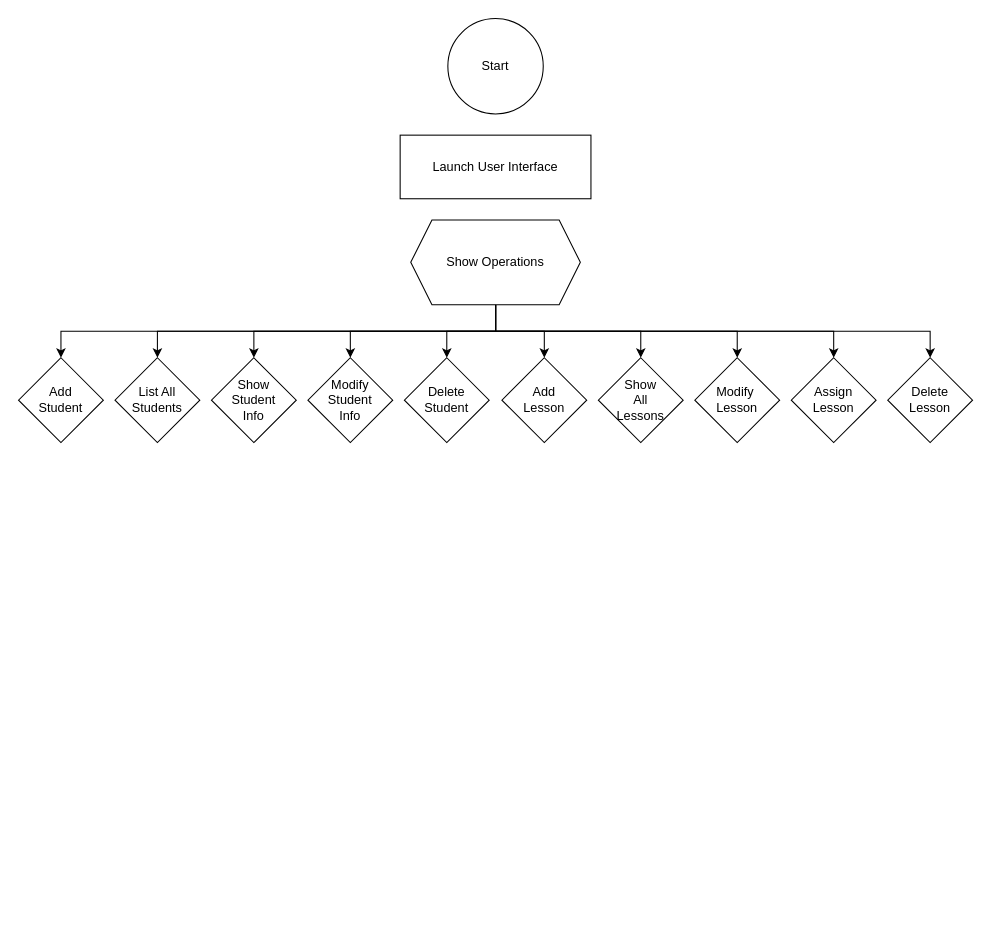
Earlier version of the draw.io diagram Untitled Diagram.drawio (M-Itair/ShareWithHsoub-FinalProject). Source tidied: cells renumbered, new cells numbered last; positions are measured from the earlier drawing's top-left corner, leaving out a move shared by most shapes. Both pictures are drawn from the tidied source at 106%, with x=0, y=0 at pixel (18, 18).
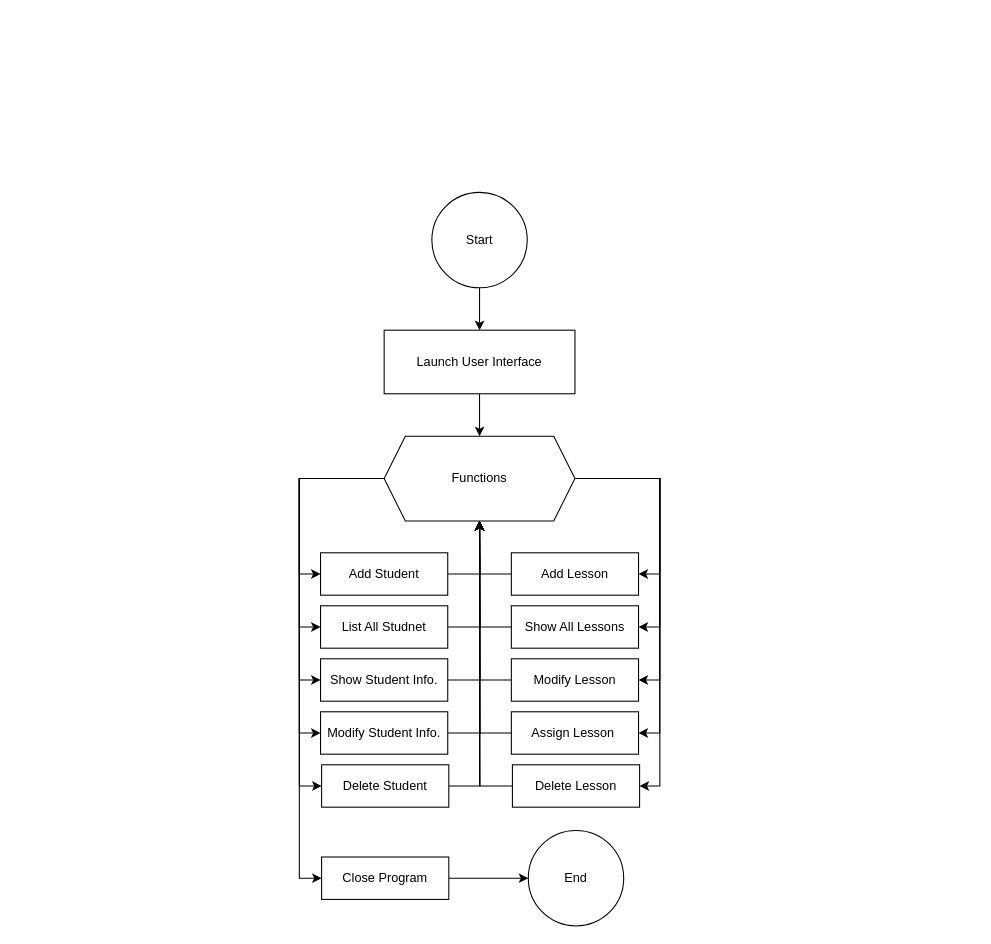
After the change.

Change to the diagram source:
```diff
@@
+    <mxCell id="25" style="edgeStyle=orthogonalEdgeStyle;rounded=0;jettySize=auto;html=1;exitX=0.5;exitY=1;exitDx=0;exitDy=0;entryX=0.5;entryY=0;entryDx=0;entryDy=0;" parent="1" edge="1" source="2" target="3">
+      <mxGeometry relative="1" as="geometry" />
+    </mxCell>
     <mxCell id="2" value="Start" style="ellipse;whiteSpace=wrap;html=1;" parent="1" vertex="1">
-      <mxGeometry x="405" width="90" height="90" as="geometry" />
+      <mxGeometry x="389.9" y="164" width="90" height="90" as="geometry" />
     </mxCell>
+    <mxCell id="26" style="edgeStyle=orthogonalEdgeStyle;rounded=0;jettySize=auto;html=1;exitX=0.5;exitY=1;exitDx=0;exitDy=0;entryX=0.5;entryY=0;entryDx=0;entryDy=0;" parent="1" edge="1" source="3" target="14">
+      <mxGeometry relative="1" as="geometry" />
+    </mxCell>
     <mxCell id="3" value="Launch User Interface" style="rounded=0;whiteSpace=wrap;html=1;" parent="1" vertex="1">
-      <mxGeometry x="360" y="110" width="180" height="60" as="geometry" />
+      <mxGeometry x="344.9" y="294" width="180" height="60" as="geometry" />
     </mxCell>
-    <mxCell id="4" style="edgeStyle=orthogonalEdgeStyle;rounded=0;jettySize=auto;html=1;exitX=0.5;exitY=1;exitDx=0;exitDy=0;" parent="1" edge="1" source="14" target="23">
+    <mxCell id="4" style="edgeStyle=orthogonalEdgeStyle;rounded=0;jettySize=auto;html=1;exitX=0;exitY=0.5;exitDx=0;exitDy=0;entryX=0;entryY=0.5;entryDx=0;entryDy=0;" parent="1" edge="1" source="14" target="23">
       <mxGeometry relative="1" as="geometry" />
     </mxCell>
-    <mxCell id="5" style="edgeStyle=orthogonalEdgeStyle;rounded=0;jettySize=auto;html=1;exitX=0.5;exitY=1;exitDx=0;exitDy=0;" parent="1" edge="1" source="14" target="15">
-      <mxGeometry relative="1" as="geometry" />
-    </mxCell>
-    <mxCell id="6" style="edgeStyle=orthogonalEdgeStyle;rounded=0;jettySize=auto;html=1;exitX=0.5;exitY=1;exitDx=0;exitDy=0;" parent="1" edge="1" source="14" target="16">
-      <mxGeometry relative="1" as="geometry" />
-    </mxCell>
-    <mxCell id="7" style="edgeStyle=orthogonalEdgeStyle;rounded=0;jettySize=auto;html=1;exitX=0.5;exitY=1;exitDx=0;exitDy=0;entryX=0.5;entryY=0;entryDx=0;entryDy=0;" parent="1" edge="1" source="14" target="17">
-      <mxGeometry relative="1" as="geometry" />
-    </mxCell>
+    <mxCell id="27" style="edgeStyle=orthogonalEdgeStyle;rounded=0;jettySize=auto;html=1;exitX=0;exitY=0.5;exitDx=0;exitDy=0;entryX=0;entryY=0.5;entryDx=0;entryDy=0;" parent="1" edge="1" source="14" target="33">
+      <mxGeometry relative="1" as="geometry" />
+    </mxCell>
+    <mxCell id="28" style="edgeStyle=orthogonalEdgeStyle;rounded=0;jettySize=auto;html=1;exitX=0;exitY=0.5;exitDx=0;exitDy=0;entryX=0;entryY=0.5;entryDx=0;entryDy=0;" parent="1" edge="1" source="14" target="35">
+      <mxGeometry relative="1" as="geometry" />
+    </mxCell>
+    <mxCell id="29" style="edgeStyle=orthogonalEdgeStyle;rounded=0;jettySize=auto;html=1;exitX=0;exitY=0.5;exitDx=0;exitDy=0;entryX=0;entryY=0.5;entryDx=0;entryDy=0;" parent="1" edge="1" source="14" target="37">
+      <mxGeometry relative="1" as="geometry" />
+    </mxCell>
-    <mxCell id="8" style="edgeStyle=orthogonalEdgeStyle;rounded=0;jettySize=auto;html=1;exitX=0.5;exitY=1;exitDx=0;exitDy=0;entryX=0.5;entryY=0;entryDx=0;entryDy=0;" parent="1" edge="1" source="14" target="18">
-      <mxGeometry relative="1" as="geometry" />
+    <mxCell id="8" style="edgeStyle=orthogonalEdgeStyle;rounded=0;jettySize=auto;html=1;exitX=0;exitY=0.5;exitDx=0;exitDy=0;entryX=0;entryY=0.5;entryDx=0;entryDy=0;" parent="1" edge="1" source="14" target="18">
+      <mxGeometry relative="1" as="geometry">
+        <Array as="points">
+          <mxPoint x="264.9" y="434" />
+          <mxPoint x="264.9" y="724" />
+        </Array>
+      </mxGeometry>
     </mxCell>
-    <mxCell id="9" style="edgeStyle=orthogonalEdgeStyle;rounded=0;jettySize=auto;html=1;exitX=0.5;exitY=1;exitDx=0;exitDy=0;entryX=0.5;entryY=0;entryDx=0;entryDy=0;" parent="1" edge="1" source="14" target="19">
+    <mxCell id="9" style="edgeStyle=orthogonalEdgeStyle;rounded=0;jettySize=auto;html=1;exitX=1;exitY=0.5;exitDx=0;exitDy=0;entryX=1;entryY=0.5;entryDx=0;entryDy=0;" parent="1" edge="1" source="14" target="19">
       <mxGeometry relative="1" as="geometry" />
     </mxCell>
-    <mxCell id="10" style="edgeStyle=orthogonalEdgeStyle;rounded=0;jettySize=auto;html=1;exitX=0.5;exitY=1;exitDx=0;exitDy=0;entryX=0.5;entryY=0;entryDx=0;entryDy=0;" parent="1" edge="1" source="14" target="20">
+    <mxCell id="10" style="edgeStyle=orthogonalEdgeStyle;rounded=0;jettySize=auto;html=1;exitX=1;exitY=0.5;exitDx=0;exitDy=0;entryX=1;entryY=0.5;entryDx=0;entryDy=0;" parent="1" edge="1" source="14" target="20">
       <mxGeometry relative="1" as="geometry" />
     </mxCell>
-    <mxCell id="11" style="edgeStyle=orthogonalEdgeStyle;rounded=0;jettySize=auto;html=1;exitX=0.5;exitY=1;exitDx=0;exitDy=0;entryX=0.5;entryY=0;entryDx=0;entryDy=0;" parent="1" edge="1" source="14" target="21">
+    <mxCell id="11" style="edgeStyle=orthogonalEdgeStyle;rounded=0;jettySize=auto;html=1;exitX=1;exitY=0.5;exitDx=0;exitDy=0;entryX=1;entryY=0.5;entryDx=0;entryDy=0;" parent="1" edge="1" source="14" target="21">
       <mxGeometry relative="1" as="geometry" />
     </mxCell>
-    <mxCell id="12" style="edgeStyle=orthogonalEdgeStyle;rounded=0;jettySize=auto;html=1;exitX=0.5;exitY=1;exitDx=0;exitDy=0;" parent="1" edge="1" source="14" target="24">
+    <mxCell id="12" style="edgeStyle=orthogonalEdgeStyle;rounded=0;jettySize=auto;html=1;exitX=1;exitY=0.5;exitDx=0;exitDy=0;entryX=1;entryY=0.5;entryDx=0;entryDy=0;" parent="1" edge="1" source="14" target="24">
       <mxGeometry relative="1" as="geometry" />
     </mxCell>
-    <mxCell id="13" style="edgeStyle=orthogonalEdgeStyle;rounded=0;jettySize=auto;html=1;exitX=0.5;exitY=1;exitDx=0;exitDy=0;" parent="1" edge="1" source="14" target="22">
-      <mxGeometry relative="1" as="geometry" />
+    <mxCell id="13" style="edgeStyle=orthogonalEdgeStyle;rounded=0;jettySize=auto;html=1;exitX=1;exitY=0.5;exitDx=0;exitDy=0;entryX=1;entryY=0.5;entryDx=0;entryDy=0;" parent="1" edge="1" source="14" target="22">
+      <mxGeometry relative="1" as="geometry">
+        <Array as="points">
+          <mxPoint x="605" y="434" />
+          <mxPoint x="605" y="724" />
+        </Array>
+      </mxGeometry>
     </mxCell>
+    <mxCell id="30" style="edgeStyle=orthogonalEdgeStyle;rounded=0;jettySize=auto;html=1;exitX=0;exitY=0.5;exitDx=0;exitDy=0;entryX=0;entryY=0.5;entryDx=0;entryDy=0;" parent="1" edge="1" source="14" target="45">
+      <mxGeometry relative="1" as="geometry">
+        <Array as="points">
+          <mxPoint x="264.9" y="434" />
+          <mxPoint x="264.9" y="811" />
+        </Array>
+      </mxGeometry>
+    </mxCell>
-    <mxCell id="14" value="Show Operations" style="shape=hexagon;perimeter=hexagonPerimeter2;whiteSpace=wrap;html=1;fixedSize=1;" parent="1" vertex="1">
-      <mxGeometry x="370" y="190" width="160" height="80" as="geometry" />
+    <mxCell id="14" value="Functions" style="shape=hexagon;perimeter=hexagonPerimeter2;whiteSpace=wrap;html=1;fixedSize=1;" parent="1" vertex="1">
+      <mxGeometry x="344.9" y="394" width="180" height="80" as="geometry" />
     </mxCell>
-    <mxCell id="15" value="List All&lt;div&gt;Students&lt;/div&gt;" style="rhombus;whiteSpace=wrap;html=1;" parent="1" vertex="1">
-      <mxGeometry x="91" y="320" width="80" height="80" as="geometry" />
-    </mxCell>
-    <mxCell id="16" value="Show&lt;div&gt;Student&lt;/div&gt;&lt;div&gt;Info&lt;/div&gt;" style="rhombus;whiteSpace=wrap;html=1;" parent="1" vertex="1">
-      <mxGeometry x="182" y="320" width="80" height="80" as="geometry" />
-    </mxCell>
-    <mxCell id="17" value="Modify&lt;div&gt;Student&lt;/div&gt;&lt;div&gt;Info&lt;/div&gt;" style="rhombus;whiteSpace=wrap;html=1;" parent="1" vertex="1">
-      <mxGeometry x="273" y="320" width="80" height="80" as="geometry" />
-    </mxCell>
+    <mxCell id="31" style="edgeStyle=orthogonalEdgeStyle;rounded=0;jettySize=auto;html=1;exitX=1;exitY=0.5;exitDx=0;exitDy=0;" parent="1" edge="1" source="23">
+      <mxGeometry relative="1" as="geometry">
+        <mxPoint x="434.9" y="474" as="targetPoint" />
+      </mxGeometry>
+    </mxCell>
+    <mxCell id="23" value="Add Student" style="rounded=0;whiteSpace=wrap;html=1;" parent="1" vertex="1">
+      <mxGeometry x="284.9" y="504" width="120" height="40" as="geometry" />
+    </mxCell>
+    <mxCell id="32" style="edgeStyle=orthogonalEdgeStyle;rounded=0;jettySize=auto;html=1;exitX=1;exitY=0.5;exitDx=0;exitDy=0;" parent="1" edge="1" source="33">
+      <mxGeometry relative="1" as="geometry">
+        <mxPoint x="434.9" y="474" as="targetPoint" />
+      </mxGeometry>
+    </mxCell>
+    <mxCell id="33" value="List All Studnet" style="rounded=0;whiteSpace=wrap;html=1;" parent="1" vertex="1">
+      <mxGeometry x="284.9" y="554" width="120" height="40" as="geometry" />
+    </mxCell>
+    <mxCell id="34" style="edgeStyle=orthogonalEdgeStyle;rounded=0;jettySize=auto;html=1;exitX=1;exitY=0.5;exitDx=0;exitDy=0;" parent="1" edge="1" source="35" target="14">
+      <mxGeometry relative="1" as="geometry" />
+    </mxCell>
+    <mxCell id="35" value="Show Student Info." style="rounded=0;whiteSpace=wrap;html=1;" parent="1" vertex="1">
+      <mxGeometry x="284.9" y="604" width="120" height="40" as="geometry" />
+    </mxCell>
+    <mxCell id="36" style="edgeStyle=orthogonalEdgeStyle;rounded=0;jettySize=auto;html=1;exitX=1;exitY=0.5;exitDx=0;exitDy=0;" parent="1" edge="1" source="37">
+      <mxGeometry relative="1" as="geometry">
+        <mxPoint x="434.9" y="474" as="targetPoint" />
+      </mxGeometry>
+    </mxCell>
+    <mxCell id="37" value="Modify Student Info." style="rounded=0;whiteSpace=wrap;html=1;" parent="1" vertex="1">
+      <mxGeometry x="284.9" y="654" width="120" height="40" as="geometry" />
+    </mxCell>
+    <mxCell id="38" style="edgeStyle=orthogonalEdgeStyle;rounded=0;jettySize=auto;html=1;exitX=1;exitY=0.5;exitDx=0;exitDy=0;" parent="1" edge="1" source="18">
+      <mxGeometry relative="1" as="geometry">
+        <mxPoint x="434.9" y="474" as="targetPoint" />
+      </mxGeometry>
+    </mxCell>
-    <mxCell id="18" value="Delete&lt;div&gt;Student&lt;/div&gt;" style="rhombus;whiteSpace=wrap;html=1;" parent="1" vertex="1">
-      <mxGeometry x="364" y="320" width="80" height="80" as="geometry" />
+    <mxCell id="18" value="Delete Student" style="rounded=0;whiteSpace=wrap;html=1;" parent="1" vertex="1">
+      <mxGeometry x="285.9" y="704" width="120" height="40" as="geometry" />
     </mxCell>
+    <mxCell id="39" style="edgeStyle=orthogonalEdgeStyle;rounded=0;jettySize=auto;html=1;exitX=0;exitY=0.5;exitDx=0;exitDy=0;entryX=0.5;entryY=1;entryDx=0;entryDy=0;" parent="1" edge="1" source="19" target="14">
+      <mxGeometry relative="1" as="geometry" />
+    </mxCell>
-    <mxCell id="19" value="Add&lt;div&gt;Lesson&lt;/div&gt;" style="rhombus;whiteSpace=wrap;html=1;" parent="1" vertex="1">
-      <mxGeometry x="456" y="320" width="80" height="80" as="geometry" />
+    <mxCell id="19" value="Add Lesson" style="rounded=0;whiteSpace=wrap;html=1;" parent="1" vertex="1">
+      <mxGeometry x="464.9" y="504" width="120" height="40" as="geometry" />
     </mxCell>
+    <mxCell id="40" style="edgeStyle=orthogonalEdgeStyle;rounded=0;jettySize=auto;html=1;exitX=0;exitY=0.5;exitDx=0;exitDy=0;" parent="1" edge="1" source="20" target="14">
+      <mxGeometry relative="1" as="geometry" />
+    </mxCell>
-    <mxCell id="20" value="Show&lt;div&gt;All&lt;/div&gt;&lt;div&gt;Lessons&lt;/div&gt;" style="rhombus;whiteSpace=wrap;html=1;" parent="1" vertex="1">
-      <mxGeometry x="547" y="320" width="80" height="80" as="geometry" />
+    <mxCell id="20" value="Show All Lessons" style="rounded=0;whiteSpace=wrap;html=1;" parent="1" vertex="1">
+      <mxGeometry x="464.9" y="554" width="120" height="40" as="geometry" />
     </mxCell>
+    <mxCell id="41" style="edgeStyle=orthogonalEdgeStyle;rounded=0;jettySize=auto;html=1;exitX=0;exitY=0.5;exitDx=0;exitDy=0;" parent="1" edge="1" source="21">
+      <mxGeometry relative="1" as="geometry">
+        <mxPoint x="434.9" y="474" as="targetPoint" />
+      </mxGeometry>
+    </mxCell>
-    <mxCell id="21" value="Modify&amp;nbsp;&lt;div&gt;Lesson&lt;/div&gt;" style="rhombus;whiteSpace=wrap;html=1;" parent="1" vertex="1">
-      <mxGeometry x="638" y="320" width="80" height="80" as="geometry" />
+    <mxCell id="21" value="Modify Lesson" style="rounded=0;whiteSpace=wrap;html=1;" parent="1" vertex="1">
+      <mxGeometry x="464.9" y="604" width="120" height="40" as="geometry" />
     </mxCell>
+    <mxCell id="42" style="edgeStyle=orthogonalEdgeStyle;rounded=0;jettySize=auto;html=1;exitX=0;exitY=0.5;exitDx=0;exitDy=0;entryX=0.5;entryY=1;entryDx=0;entryDy=0;" parent="1" edge="1" source="24" target="14">
+      <mxGeometry relative="1" as="geometry" />
+    </mxCell>
+    <mxCell id="24" value="Assign Lesson&amp;nbsp;" style="rounded=0;whiteSpace=wrap;html=1;" parent="1" vertex="1">
+      <mxGeometry x="464.9" y="654" width="120" height="40" as="geometry" />
+    </mxCell>
+    <mxCell id="43" style="edgeStyle=orthogonalEdgeStyle;rounded=0;jettySize=auto;html=1;exitX=0;exitY=0.5;exitDx=0;exitDy=0;" parent="1" edge="1" source="22" target="14">
+      <mxGeometry relative="1" as="geometry" />
+    </mxCell>
-    <mxCell id="22" value="Delete&lt;div&gt;Lesson&lt;/div&gt;" style="rhombus;whiteSpace=wrap;html=1;" parent="1" vertex="1">
-      <mxGeometry x="820" y="320" width="80" height="80" as="geometry" />
+    <mxCell id="22" value="Delete Lesson" style="rounded=0;whiteSpace=wrap;html=1;" parent="1" vertex="1">
+      <mxGeometry x="465.9" y="704" width="120" height="40" as="geometry" />
     </mxCell>
-    <mxCell id="23" value="Add&lt;div&gt;Student&lt;/div&gt;" style="rhombus;whiteSpace=wrap;html=1;" parent="1" vertex="1">
-      <mxGeometry y="320" width="80" height="80" as="geometry" />
-    </mxCell>
-    <mxCell id="24" value="Assign&lt;div&gt;Lesson&lt;/div&gt;" style="rhombus;whiteSpace=wrap;html=1;" parent="1" vertex="1">
-      <mxGeometry x="729" y="320" width="80" height="80" as="geometry" />
-    </mxCell>
+    <mxCell id="44" style="edgeStyle=orthogonalEdgeStyle;rounded=0;jettySize=auto;html=1;exitX=1;exitY=0.5;exitDx=0;exitDy=0;" parent="1" edge="1" source="45" target="46">
+      <mxGeometry relative="1" as="geometry" />
+    </mxCell>
+    <mxCell id="45" value="Close Program" style="rounded=0;whiteSpace=wrap;html=1;" parent="1" vertex="1">
+      <mxGeometry x="285.9" y="791" width="120" height="40" as="geometry" />
+    </mxCell>
+    <mxCell id="46" value="End" style="ellipse;whiteSpace=wrap;html=1;" parent="1" vertex="1">
+      <mxGeometry x="480.9" y="766" width="90" height="90" as="geometry" />
+    </mxCell>
```
